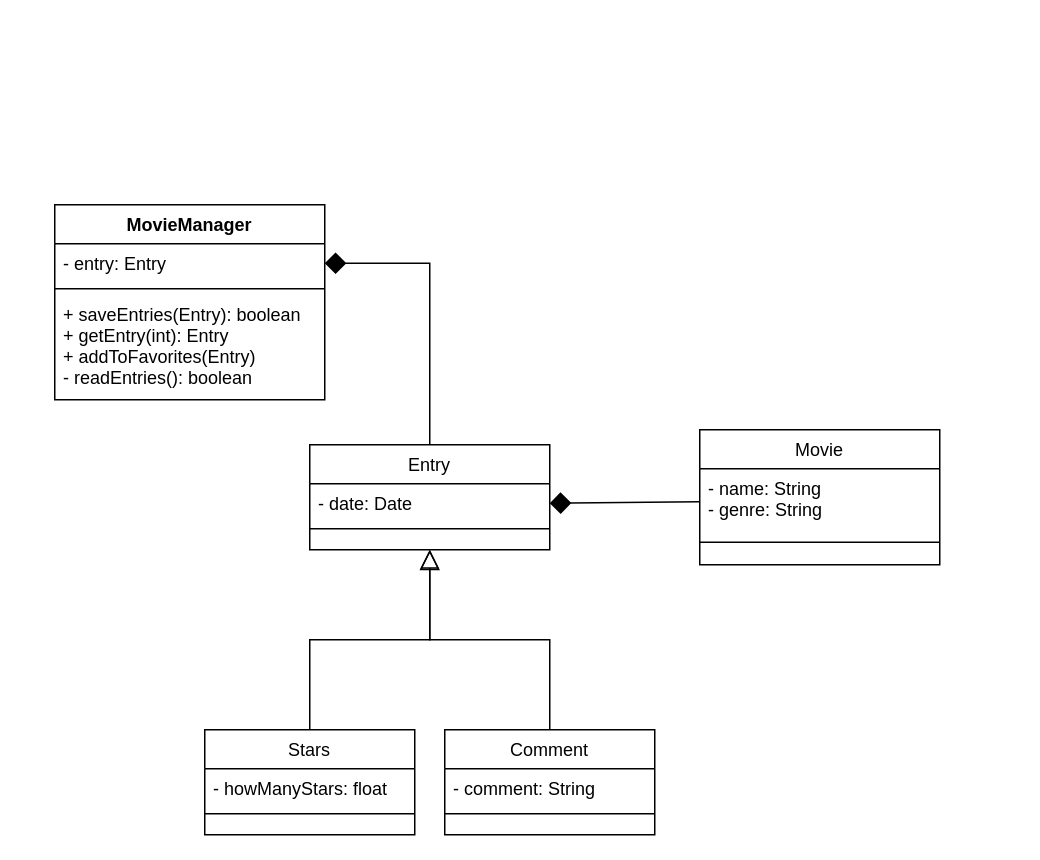
Above: Untitled Diagram.drawio in DeveloperLauri/UML-charts-draw.io (draw.io), before the change. Source tidied: cells renumbered, new cells numbered last; positions are measured from the earlier drawing's top-left corner, leaving out a move shared by most shapes. Both pictures are drawn from the tidied source at 150%, with x=0, y=0 at pixel (54, 204).
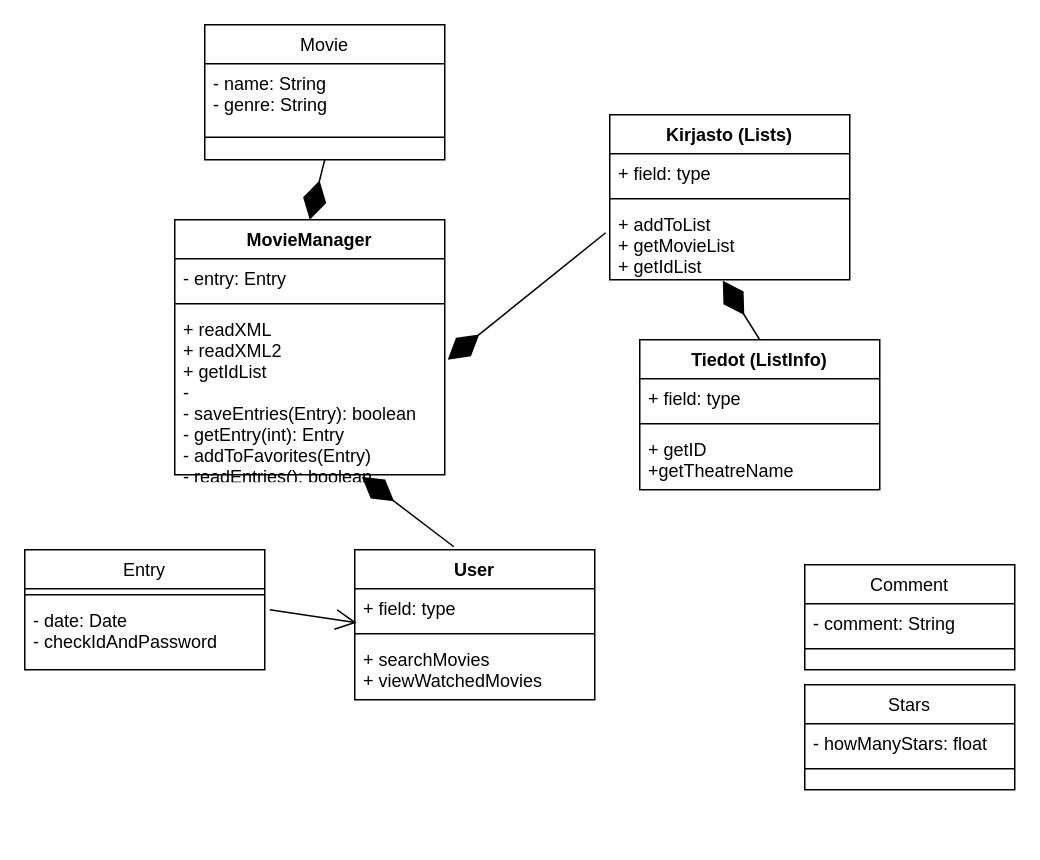
After the change.

Unchanged cells that the change refers to:
```xml
<mxCell id="14" value="- name: String&#10;- genre: String" style="text;align=left;verticalAlign=top;spacingLeft=4;spacingRight=4;overflow=hidden;points=[[0,0.5],[1,0.5]];portConstraint=eastwest;rounded=0;shadow=0;html=0;" parent="13" vertex="1">
  <mxGeometry y="26" width="160" height="44" as="geometry" />
</mxCell>
<mxCell id="18" value="- entry: Entry" style="text;strokeColor=none;fillColor=none;align=left;verticalAlign=top;spacingLeft=4;spacingRight=4;overflow=hidden;points=[[0,0.5],[1,0.5]];portConstraint=eastwest;" parent="17" vertex="1">
  <mxGeometry y="26" width="180" height="26" as="geometry" />
</mxCell>
```

What changed in the source:
```diff
@@
     <mxCell id="2" value="Entry" style="swimlane;fontStyle=0;align=center;verticalAlign=top;horizontal=1;startSize=26;rounded=0;shadow=0;strokeWidth=1;" parent="1" vertex="1">
-      <mxGeometry x="170" y="160" width="160" height="70" as="geometry" />
+      <mxGeometry x="-20" y="230" width="160" height="80" as="geometry" />
     </mxCell>
+    <mxCell id="4" style="line;html=1;strokeWidth=1;align=left;verticalAlign=middle;spacingTop=-1;spacingLeft=3;spacingRight=3;labelPosition=right;" parent="2" vertex="1">
+      <mxGeometry y="26" width="160" height="8" as="geometry" />
+    </mxCell>
-    <mxCell id="3" value="- date: Date" style="text;align=left;verticalAlign=top;spacingLeft=4;spacingRight=4;overflow=hidden;points=[[0,0.5],[1,0.5]];portConstraint=eastwest;" parent="2" vertex="1">
-      <mxGeometry y="26" width="160" height="26" as="geometry" />
+    <mxCell id="3" value="- date: Date&#10;- checkIdAndPassword" style="text;align=left;verticalAlign=top;spacingLeft=4;spacingRight=4;overflow=hidden;points=[[0,0.5],[1,0.5]];portConstraint=eastwest;" parent="2" vertex="1">
+      <mxGeometry y="34" width="160" height="46" as="geometry" />
     </mxCell>
-    <mxCell id="4" style="line;html=1;strokeWidth=1;align=left;verticalAlign=middle;spacingTop=-1;spacingLeft=3;spacingRight=3;labelPosition=right;" parent="2" vertex="1">
-      <mxGeometry y="52" width="160" height="8" as="geometry" />
-    </mxCell>
     <mxCell id="5" value="Stars" style="swimlane;fontStyle=0;align=center;verticalAlign=top;horizontal=1;startSize=26;rounded=0;shadow=0;strokeWidth=1;" parent="1" vertex="1">
-      <mxGeometry x="100" y="350" width="140" height="70" as="geometry" />
+      <mxGeometry x="500" y="320" width="140" height="70" as="geometry" />
     </mxCell>
@@
-    <mxCell id="8" style="endArrow=block;endSize=10;endFill=0;shadow=0;strokeWidth=1;rounded=0;edgeStyle=elbowEdgeStyle;elbow=vertical;" parent="1" edge="1" source="5" target="2">
-      <mxGeometry relative="1" as="geometry" />
-    </mxCell>
     <mxCell id="9" value="Comment" style="swimlane;fontStyle=0;align=center;verticalAlign=top;horizontal=1;startSize=26;rounded=0;shadow=0;strokeWidth=1;" parent="1" vertex="1">
-      <mxGeometry x="260" y="350" width="140" height="70" as="geometry" />
+      <mxGeometry x="500" y="240" width="140" height="70" as="geometry" />
     </mxCell>
@@
-    <mxCell id="12" style="endArrow=block;endSize=11;endFill=0;shadow=0;strokeWidth=1;rounded=0;edgeStyle=elbowEdgeStyle;elbow=vertical;" parent="1" edge="1" source="9" target="2">
-      <mxGeometry relative="1" as="geometry" />
-    </mxCell>
     <mxCell id="13" value="Movie" style="swimlane;fontStyle=0;align=center;verticalAlign=top;horizontal=1;startSize=26;rounded=0;shadow=0;strokeWidth=1;" parent="1" vertex="1">
-      <mxGeometry x="430" y="150" width="160" height="90" as="geometry" />
+      <mxGeometry x="100" y="-120" width="160" height="90" as="geometry" />
     </mxCell>
@@
-    <mxCell id="16" style="endArrow=none;html=1;rounded=0;entryX=0;entryY=0.5;entryDx=0;entryDy=0;exitX=1;exitY=0.5;exitDx=0;exitDy=0;startArrow=diamond;startFill=1;endSize=0;targetPerimeterSpacing=0;strokeWidth=1;sourcePerimeterSpacing=0;startSize=12;" parent="1" edge="1" source="3" target="14">
-      <mxGeometry relative="1" as="geometry" />
-    </mxCell>
     <mxCell id="17" value="MovieManager" style="swimlane;fontStyle=1;align=center;verticalAlign=top;horizontal=1;startSize=26;" parent="1" vertex="1">
-      <mxGeometry width="180" height="130" as="geometry" />
+      <mxGeometry x="80" y="10" width="180" height="170" as="geometry" />
     </mxCell>
@@
-    <mxCell id="20" value="+ saveEntries(Entry): boolean&#10;+ getEntry(int): Entry&#10;+ addToFavorites(Entry)&#10;- readEntries(): boolean" style="text;strokeColor=none;fillColor=none;align=left;verticalAlign=top;spacingLeft=4;spacingRight=4;overflow=hidden;points=[[0,0.5],[1,0.5]];portConstraint=eastwest;" parent="17" vertex="1">
-      <mxGeometry y="60" width="180" height="70" as="geometry" />
+    <mxCell id="20" value="+ readXML&#10;+ readXML2&#10;+ getIdList&#10;-&#10;- saveEntries(Entry): boolean&#10;- getEntry(int): Entry&#10;- addToFavorites(Entry)&#10;- readEntries(): boolean" style="text;strokeColor=none;fillColor=none;align=left;verticalAlign=top;spacingLeft=4;spacingRight=4;overflow=hidden;points=[[0,0.5],[1,0.5]];portConstraint=eastwest;" parent="17" vertex="1">
+      <mxGeometry y="60" width="180" height="110" as="geometry" />
     </mxCell>
-    <mxCell id="21" style="edgeStyle=orthogonalEdgeStyle;rounded=0;jettySize=auto;html=1;entryX=0.5;entryY=0;entryDx=0;entryDy=0;startArrow=diamond;startFill=1;startSize=12;endSize=0;sourcePerimeterSpacing=0;targetPerimeterSpacing=0;strokeWidth=1;endArrow=none;endFill=0;" parent="1" edge="1" source="18" target="2">
-      <mxGeometry relative="1" as="geometry" />
-    </mxCell>
+    <mxCell id="22" value="User" style="swimlane;fontStyle=1;align=center;verticalAlign=top;horizontal=1;startSize=26;" parent="1" vertex="1">
+      <mxGeometry x="200" y="230" width="160" height="100" as="geometry" />
+    </mxCell>
+    <mxCell id="23" value="+ field: type" style="text;strokeColor=none;fillColor=none;align=left;verticalAlign=top;spacingLeft=4;spacingRight=4;overflow=hidden;points=[[0,0.5],[1,0.5]];portConstraint=eastwest;" parent="22" vertex="1">
+      <mxGeometry y="26" width="160" height="26" as="geometry" />
+    </mxCell>
+    <mxCell id="24" style="line;strokeWidth=1;fillColor=none;align=left;verticalAlign=middle;spacingTop=-1;spacingLeft=3;spacingRight=3;labelPosition=right;" parent="22" vertex="1">
+      <mxGeometry y="52" width="160" height="8" as="geometry" />
+    </mxCell>
+    <mxCell id="25" value="+ searchMovies&#10;+ viewWatchedMovies" style="text;strokeColor=none;fillColor=none;align=left;verticalAlign=top;spacingLeft=4;spacingRight=4;overflow=hidden;" parent="22" vertex="1">
+      <mxGeometry y="60" width="160" height="40" as="geometry" />
+    </mxCell>
+    <mxCell id="26" value="Kirjasto (Lists)" style="swimlane;fontStyle=1;align=center;verticalAlign=top;horizontal=1;startSize=26;" parent="1" vertex="1">
+      <mxGeometry x="370" y="-60" width="160" height="110" as="geometry" />
+    </mxCell>
+    <mxCell id="27" value="+ field: type" style="text;strokeColor=none;fillColor=none;align=left;verticalAlign=top;spacingLeft=4;spacingRight=4;overflow=hidden;" parent="26" vertex="1">
+      <mxGeometry y="26" width="160" height="26" as="geometry" />
+    </mxCell>
+    <mxCell id="28" style="line;strokeWidth=1;fillColor=none;align=left;verticalAlign=middle;spacingTop=-1;spacingLeft=3;spacingRight=3;labelPosition=right;" parent="26" vertex="1">
+      <mxGeometry y="52" width="160" height="8" as="geometry" />
+    </mxCell>
+    <mxCell id="29" value="+ addToList&#10;+ getMovieList&#10;+ getIdList" style="text;strokeColor=none;fillColor=none;align=left;verticalAlign=top;spacingLeft=4;spacingRight=4;overflow=hidden;points=[[0,0.5],[1,0.5]];portConstraint=eastwest;" parent="26" vertex="1">
+      <mxGeometry y="60" width="160" height="50" as="geometry" />
+    </mxCell>
+    <mxCell id="30" value="Tiedot (ListInfo)" style="swimlane;fontStyle=1;align=center;verticalAlign=top;horizontal=1;startSize=26;" parent="1" vertex="1">
+      <mxGeometry x="390" y="90" width="160" height="100" as="geometry" />
+    </mxCell>
+    <mxCell id="31" value="+ field: type" style="text;strokeColor=none;fillColor=none;align=left;verticalAlign=top;spacingLeft=4;spacingRight=4;overflow=hidden;" parent="30" vertex="1">
+      <mxGeometry y="26" width="160" height="26" as="geometry" />
+    </mxCell>
+    <mxCell id="32" style="line;strokeWidth=1;fillColor=none;align=left;verticalAlign=middle;spacingTop=-1;spacingLeft=3;spacingRight=3;labelPosition=right;" parent="30" vertex="1">
+      <mxGeometry y="52" width="160" height="8" as="geometry" />
+    </mxCell>
+    <mxCell id="33" value="+ getID&#10;+getTheatreName" style="text;strokeColor=none;fillColor=none;align=left;verticalAlign=top;spacingLeft=4;spacingRight=4;overflow=hidden;" parent="30" vertex="1">
+      <mxGeometry y="60" width="160" height="40" as="geometry" />
+    </mxCell>
+    <mxCell id="34" style="endArrow=diamondThin;endFill=1;endSize=24;html=1;rounded=0;entryX=0.471;entryY=1.013;entryDx=0;entryDy=0;entryPerimeter=0;exitX=0.5;exitY=0;exitDx=0;exitDy=0;" parent="1" edge="1" source="30" target="29">
+      <mxGeometry relative="1" as="geometry" />
+    </mxCell>
+    <mxCell id="35" style="endArrow=diamondThin;endFill=1;endSize=24;html=1;rounded=0;entryX=1.011;entryY=0.303;entryDx=0;entryDy=0;entryPerimeter=0;exitX=-0.017;exitY=0.373;exitDx=0;exitDy=0;exitPerimeter=0;" parent="1" edge="1" source="29" target="20">
+      <mxGeometry relative="1" as="geometry" />
+    </mxCell>
+    <mxCell id="36" style="endArrow=diamondThin;endFill=1;endSize=24;html=1;rounded=0;exitX=0.5;exitY=1;exitDx=0;exitDy=0;entryX=0.5;entryY=0;entryDx=0;entryDy=0;" parent="1" edge="1" source="13" target="17">
+      <mxGeometry relative="1" as="geometry" />
+    </mxCell>
+    <mxCell id="37" style="endArrow=diamondThin;endFill=1;endSize=24;html=1;rounded=0;entryX=0.693;entryY=1.012;entryDx=0;entryDy=0;entryPerimeter=0;exitX=0.413;exitY=-0.02;exitDx=0;exitDy=0;exitPerimeter=0;" parent="1" edge="1" source="22" target="20">
+      <mxGeometry relative="1" as="geometry" />
+    </mxCell>
+    <mxCell id="38" style="endArrow=open;endFill=1;endSize=12;html=1;rounded=0;exitX=1.021;exitY=0.13;exitDx=0;exitDy=0;exitPerimeter=0;entryX=0.008;entryY=0.872;entryDx=0;entryDy=0;entryPerimeter=0;" parent="1" edge="1" source="3" target="23">
+      <mxGeometry relative="1" as="geometry" />
+    </mxCell>
```
